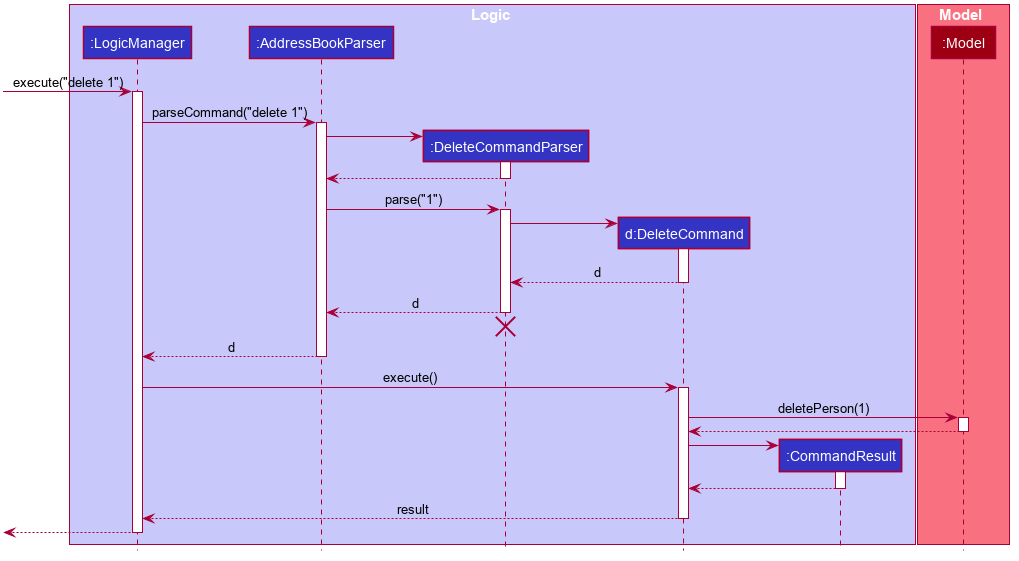
This is docs/images/DeleteSequenceDiagram.png from nus-cs2103-AY1920S1/addressbook-level3, a PlantUML export, as it was before one commit.
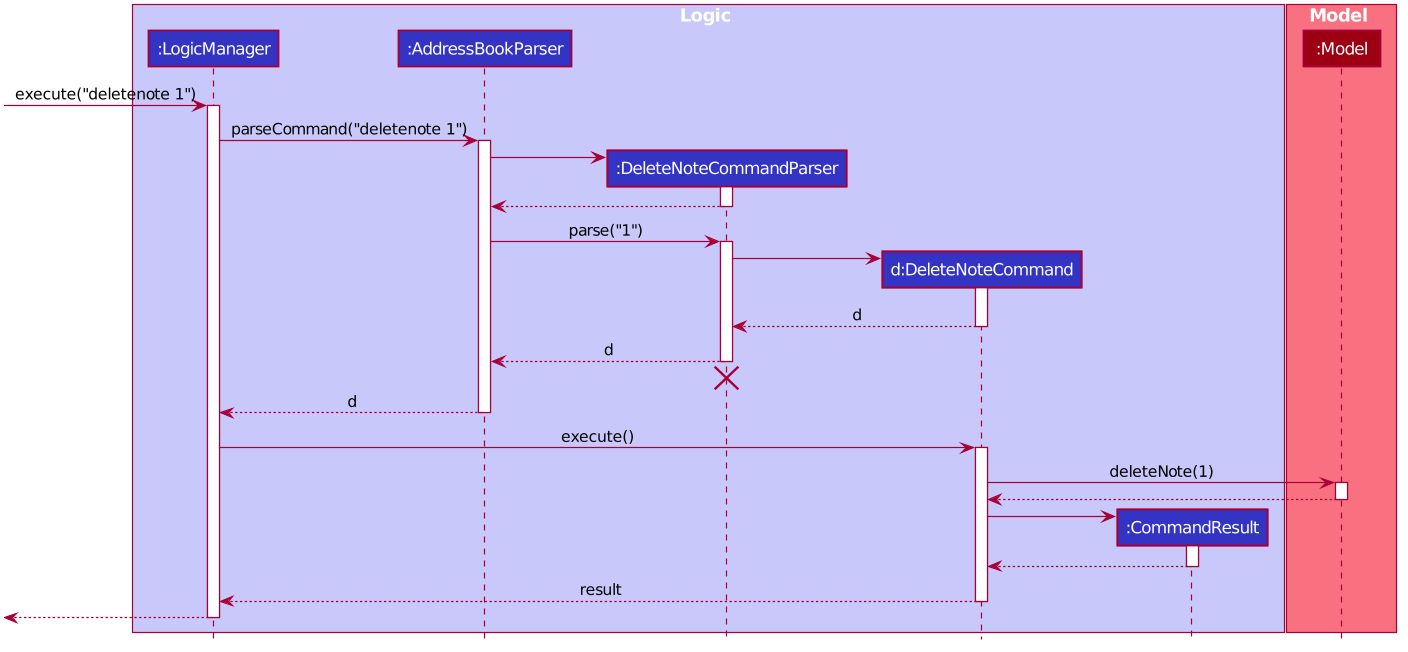
After the change.

The edit, as a diff of the source:
```diff
@@ -51,8 +51,8 @@
 box Logic #C8C8FA
 participant ":LogicManager" as LogicManager #3333C4
 participant ":AddressBookParser" as AddressBookParser #3333C4
-participant ":DeleteCommandParser" as DeleteCommandParser #3333C4
-participant "d:DeleteCommand" as DeleteCommand #3333C4
+participant ":DeleteNoteCommandParser" as DeleteNoteCommandParser #3333C4
+participant "d:DeleteNoteCommand" as DeleteNoteCommand #3333C4
 participant ":CommandResult" as CommandResult #3333C4
 end box
 
@@ -60,55 +60,55 @@
 participant ":Model" as Model #9D0012
 end box
 
-[-> LogicManager : execute("delete 1")
+[-> LogicManager : execute("deletenote 1")
 activate LogicManager
 
-LogicManager -> AddressBookParser : parseCommand("delete 1")
+LogicManager -> AddressBookParser : parseCommand("deletenote 1")
 activate AddressBookParser
 
-create DeleteCommandParser
-AddressBookParser -> DeleteCommandParser
-activate DeleteCommandParser
+create DeleteNoteCommandParser
+AddressBookParser -> DeleteNoteCommandParser
+activate DeleteNoteCommandParser
 
-DeleteCommandParser --> AddressBookParser
-deactivate DeleteCommandParser
+DeleteNoteCommandParser --> AddressBookParser
+deactivate DeleteNoteCommandParser
 
-AddressBookParser -> DeleteCommandParser : parse("1")
-activate DeleteCommandParser
+AddressBookParser -> DeleteNoteCommandParser : parse("1")
+activate DeleteNoteCommandParser
 
-create DeleteCommand
-DeleteCommandParser -> DeleteCommand
-activate DeleteCommand
+create DeleteNoteCommand
+DeleteNoteCommandParser -> DeleteNoteCommand
+activate DeleteNoteCommand
 
-DeleteCommand --> DeleteCommandParser : d
-deactivate DeleteCommand
+DeleteNoteCommand --> DeleteNoteCommandParser : d
+deactivate DeleteNoteCommand
 
-DeleteCommandParser --> AddressBookParser : d
-deactivate DeleteCommandParser
-DeleteCommandParser -[hidden]-> AddressBookParser
-destroy DeleteCommandParser
+DeleteNoteCommandParser --> AddressBookParser : d
+deactivate DeleteNoteCommandParser
+DeleteNoteCommandParser -[hidden]-> AddressBookParser
+destroy DeleteNoteCommandParser
 
 AddressBookParser --> LogicManager : d
 deactivate AddressBookParser
 
-LogicManager -> DeleteCommand : execute()
-activate DeleteCommand
+LogicManager -> DeleteNoteCommand : execute()
+activate DeleteNoteCommand
 
-DeleteCommand -> Model : deletePerson(1)
+DeleteNoteCommand -> Model : deleteNote(1)
 activate Model
 
-Model --> DeleteCommand
+Model --> DeleteNoteCommand
 deactivate Model
 
 create CommandResult
-DeleteCommand -> CommandResult
+DeleteNoteCommand -> CommandResult
 activate CommandResult
 
-CommandResult --> DeleteCommand
+CommandResult --> DeleteNoteCommand
 deactivate CommandResult
 
-DeleteCommand --> LogicManager : result
-deactivate DeleteCommand
+DeleteNoteCommand --> LogicManager : result
+deactivate DeleteNoteCommand
 
 [<--LogicManager
 deactivate LogicManager
```
